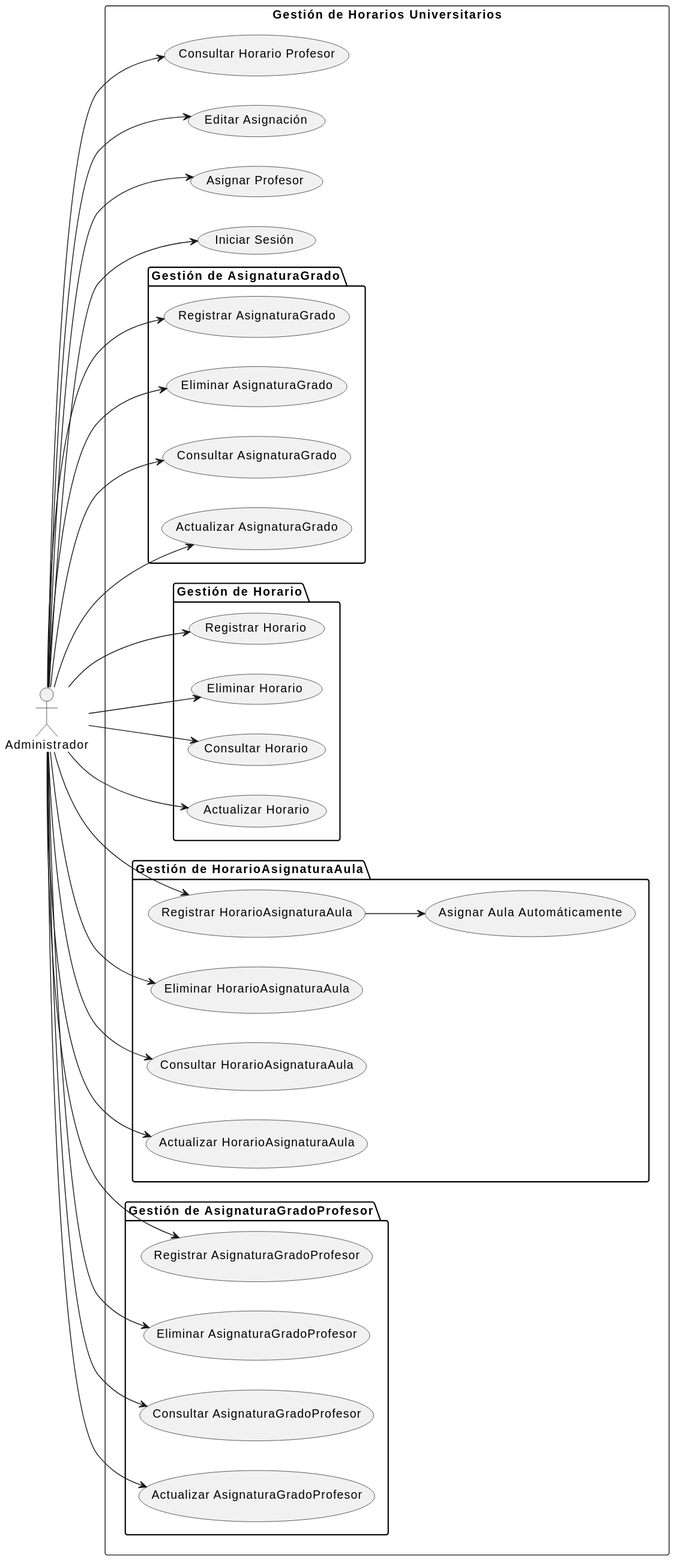
The PlantUML diagram casosDeUso/imagenes/CasosDeUso2.svg in mmasias/24-25-IdSw1-SDR, before a commit.
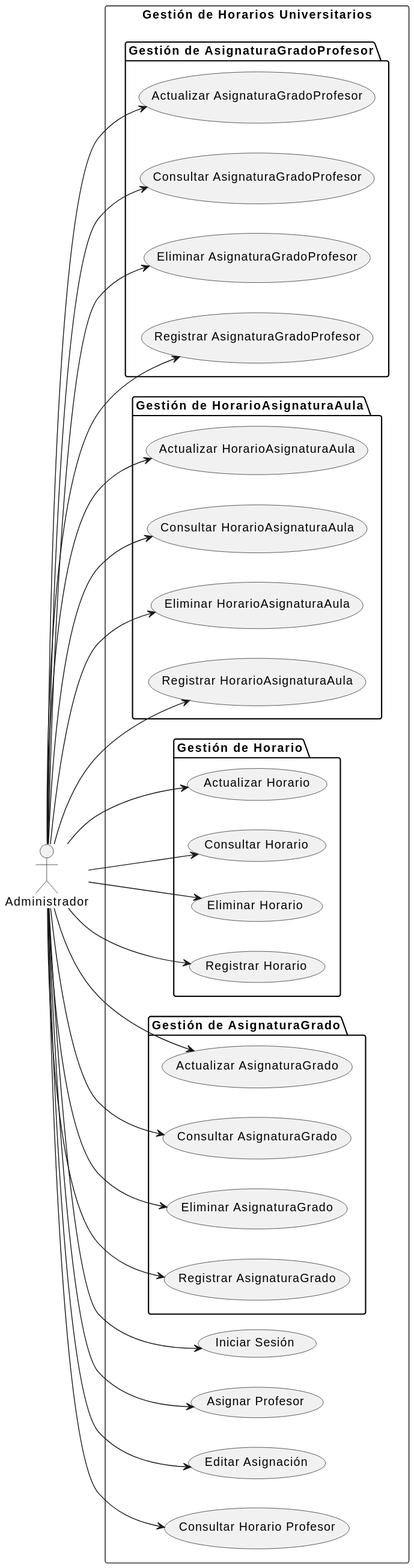
The same diagram one commit later.

The edit, as a diff of the source:
```diff
@@ -21,7 +21,6 @@
         usecase "Consultar HorarioAsignaturaAula" as UC10
         usecase "Eliminar HorarioAsignaturaAula" as UC11
         usecase "Registrar HorarioAsignaturaAula" as UC12
-        usecase "Asignar Aula Automáticamente" as UC21
     }
 
     package "Gestión de Horario" {
@@ -62,5 +61,4 @@
 Administrador --> UC18
 Administrador --> UC19
 Administrador --> UC20
-UC12 --> UC21
 @enduml
```
